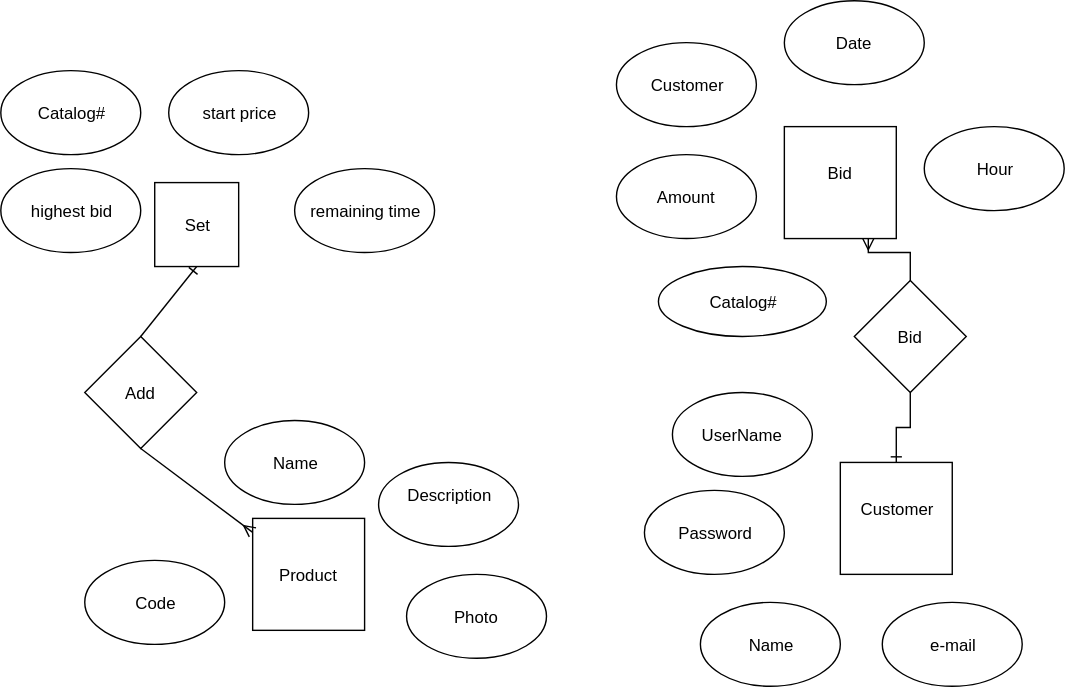
IvanZet/FSWD40-ActiveRecord-DAY01 keeps this draw.io diagram as exercise3/exercise3-step2.svg. Above is the earlier version. Source tidied: cells renumbered, new cells last; positions are measured from the earlier drawing's top-left corner, leaving out a move shared by most shapes. Source of this version:
```xml
<mxGraphModel background="#ffffff">
  <root>
    <mxCell id="0" />
    <mxCell id="1" parent="0" />
    <mxCell id="2" value="Set" style="whiteSpace=wrap;html=1;" parent="1" vertex="1">
      <mxGeometry x="110" y="130" width="60" height="60" as="geometry" />
    </mxCell>
    <mxCell id="3" value="Product" style="whiteSpace=wrap;html=1;" parent="1" vertex="1">
      <mxGeometry x="180" y="370" width="80" height="80" as="geometry" />
    </mxCell>
    <mxCell id="4" style="edgeStyle=orthogonalEdgeStyle;rounded=0;html=1;exitX=0.5;exitY=0;entryX=0.5;entryY=1;startArrow=ERone;startFill=0;endArrow=none;endFill=0;jettySize=auto;" parent="1" edge="1" source="5" target="27">
      <mxGeometry relative="1" as="geometry" />
    </mxCell>
    <mxCell id="5" value="Customer&lt;br&gt;&lt;br&gt;" style="whiteSpace=wrap;html=1;" parent="1" vertex="1">
      <mxGeometry x="600" y="330" width="80" height="80" as="geometry" />
    </mxCell>
    <mxCell id="6" value="Bid&lt;br&gt;&lt;br&gt;" style="whiteSpace=wrap;html=1;" parent="1" vertex="1">
      <mxGeometry x="560" y="90" width="80" height="80" as="geometry" />
    </mxCell>
    <mxCell id="7" value="Catalog#" style="ellipse;whiteSpace=wrap;html=1;" parent="1" vertex="1">
      <mxGeometry y="50" width="100" height="60" as="geometry" />
    </mxCell>
    <mxCell id="8" value="start price" style="ellipse;whiteSpace=wrap;html=1;" parent="1" vertex="1">
      <mxGeometry x="120" y="50" width="100" height="60" as="geometry" />
    </mxCell>
    <mxCell id="9" value="highest bid" style="ellipse;whiteSpace=wrap;html=1;" parent="1" vertex="1">
      <mxGeometry y="120" width="100" height="60" as="geometry" />
    </mxCell>
    <mxCell id="10" value="remaining time" style="ellipse;whiteSpace=wrap;html=1;" parent="1" vertex="1">
      <mxGeometry x="210" y="120" width="100" height="60" as="geometry" />
    </mxCell>
    <mxCell id="11" value="Code" style="ellipse;whiteSpace=wrap;html=1;" parent="1" vertex="1">
      <mxGeometry x="60" y="400" width="100" height="60" as="geometry" />
    </mxCell>
    <mxCell id="12" value="Name" style="ellipse;whiteSpace=wrap;html=1;" parent="1" vertex="1">
      <mxGeometry x="160" y="300" width="100" height="60" as="geometry" />
    </mxCell>
    <mxCell id="13" value="Description&lt;br&gt;&lt;br&gt;" style="ellipse;whiteSpace=wrap;html=1;" parent="1" vertex="1">
      <mxGeometry x="270" y="330" width="100" height="60" as="geometry" />
    </mxCell>
    <mxCell id="14" value="Photo" style="ellipse;whiteSpace=wrap;html=1;" parent="1" vertex="1">
      <mxGeometry x="290" y="410" width="100" height="60" as="geometry" />
    </mxCell>
    <mxCell id="15" value="UserName" style="ellipse;whiteSpace=wrap;html=1;" parent="1" vertex="1">
      <mxGeometry x="480" y="280" width="100" height="60" as="geometry" />
    </mxCell>
    <mxCell id="16" value="Password" style="ellipse;whiteSpace=wrap;html=1;" parent="1" vertex="1">
      <mxGeometry x="460" y="350" width="100" height="60" as="geometry" />
    </mxCell>
    <mxCell id="17" value="Name" style="ellipse;whiteSpace=wrap;html=1;" parent="1" vertex="1">
      <mxGeometry x="500" y="430" width="100" height="60" as="geometry" />
    </mxCell>
    <mxCell id="18" value="e-mail" style="ellipse;whiteSpace=wrap;html=1;" parent="1" vertex="1">
      <mxGeometry x="630" y="430" width="100" height="60" as="geometry" />
    </mxCell>
    <mxCell id="19" value="Customer" style="ellipse;whiteSpace=wrap;html=1;" parent="1" vertex="1">
      <mxGeometry x="440" y="30" width="100" height="60" as="geometry" />
    </mxCell>
    <mxCell id="20" value="Amount" style="ellipse;whiteSpace=wrap;html=1;" parent="1" vertex="1">
      <mxGeometry x="440" y="110" width="100" height="60" as="geometry" />
    </mxCell>
    <mxCell id="21" value="Date" style="ellipse;whiteSpace=wrap;html=1;" parent="1" vertex="1">
      <mxGeometry x="560" width="100" height="60" as="geometry" />
    </mxCell>
    <mxCell id="22" value="Hour" style="ellipse;whiteSpace=wrap;html=1;" parent="1" vertex="1">
      <mxGeometry x="660" y="90" width="100" height="60" as="geometry" />
    </mxCell>
    <mxCell id="23" style="endArrow=ERone;html=1;startArrow=none;startFill=0;endFill=0;" parent="1" edge="1">
      <mxGeometry relative="1" as="geometry">
        <mxPoint x="100" y="240" as="sourcePoint" />
        <mxPoint x="140" y="190" as="targetPoint" />
      </mxGeometry>
    </mxCell>
    <mxCell id="24" value="Add" style="rhombus;whiteSpace=wrap;html=1;" parent="1" vertex="1">
      <mxGeometry x="60" y="240" width="80" height="80" as="geometry" />
    </mxCell>
    <mxCell id="25" style="endArrow=none;html=1;entryX=0.5;entryY=1;startArrow=ERmany;startFill=0;" parent="1" edge="1" source="3" target="24">
      <mxGeometry relative="1" as="geometry" />
    </mxCell>
    <mxCell id="26" style="edgeStyle=orthogonalEdgeStyle;rounded=0;html=1;exitX=0.5;exitY=0;entryX=0.75;entryY=1;startArrow=none;startFill=0;endArrow=ERmany;endFill=0;jettySize=auto;" parent="1" edge="1" source="27" target="6">
      <mxGeometry relative="1" as="geometry" />
    </mxCell>
    <mxCell id="27" value="Bid" style="rhombus;whiteSpace=wrap;html=1;" parent="1" vertex="1">
      <mxGeometry x="610" y="200" width="80" height="80" as="geometry" />
    </mxCell>
    <mxCell id="28" value="Catalog#" style="ellipse;whiteSpace=wrap;html=1;" parent="1" vertex="1">
      <mxGeometry x="470" y="190" width="120" height="50" as="geometry" />
    </mxCell>
  </root>
</mxGraphModel>
```
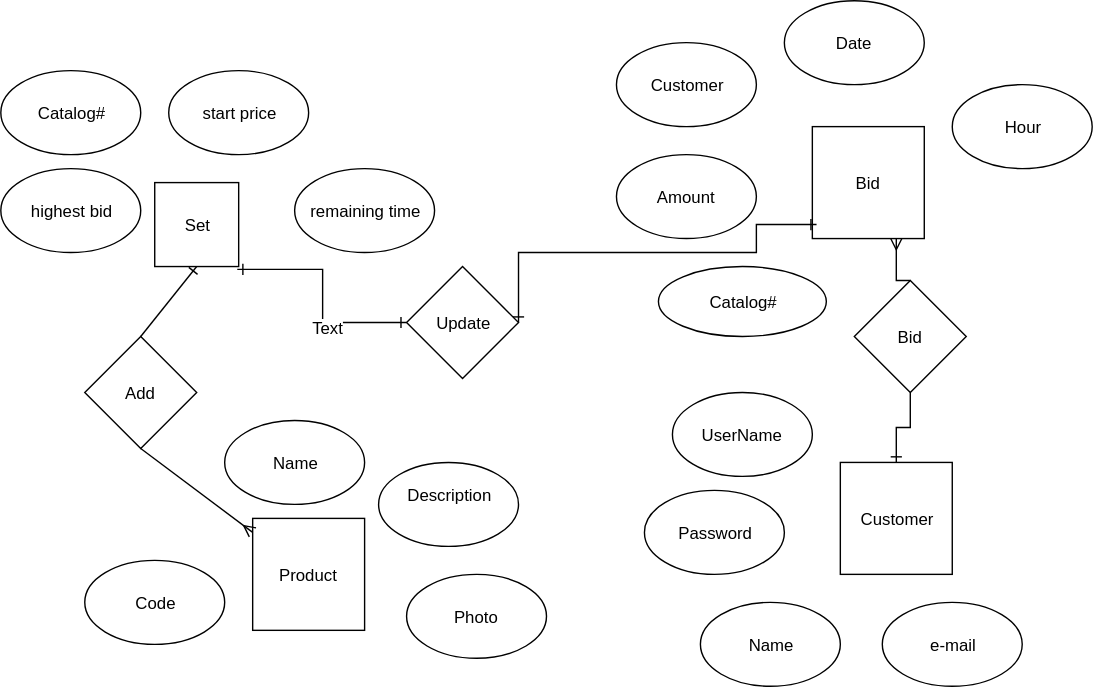
Above is the later version.

Change to the diagram source:
```diff
@@ -11,11 +11,11 @@
     <mxCell id="4" style="edgeStyle=orthogonalEdgeStyle;rounded=0;html=1;exitX=0.5;exitY=0;entryX=0.5;entryY=1;startArrow=ERone;startFill=0;endArrow=none;endFill=0;jettySize=auto;" parent="1" edge="1" source="5" target="27">
       <mxGeometry relative="1" as="geometry" />
     </mxCell>
-    <mxCell id="5" value="Customer&lt;br&gt;&lt;br&gt;" style="whiteSpace=wrap;html=1;" parent="1" vertex="1">
+    <mxCell id="5" value="Customer" style="whiteSpace=wrap;html=1;" parent="1" vertex="1">
       <mxGeometry x="600" y="330" width="80" height="80" as="geometry" />
     </mxCell>
-    <mxCell id="6" value="Bid&lt;br&gt;&lt;br&gt;" style="whiteSpace=wrap;html=1;" parent="1" vertex="1">
-      <mxGeometry x="560" y="90" width="80" height="80" as="geometry" />
+    <mxCell id="6" value="Bid&lt;br&gt;" style="whiteSpace=wrap;html=1;" parent="1" vertex="1">
+      <mxGeometry x="580" y="90" width="80" height="80" as="geometry" />
     </mxCell>
     <mxCell id="7" value="Catalog#" style="ellipse;whiteSpace=wrap;html=1;" parent="1" vertex="1">
       <mxGeometry y="50" width="100" height="60" as="geometry" />
@@ -63,7 +63,7 @@
       <mxGeometry x="560" width="100" height="60" as="geometry" />
     </mxCell>
     <mxCell id="22" value="Hour" style="ellipse;whiteSpace=wrap;html=1;" parent="1" vertex="1">
-      <mxGeometry x="660" y="90" width="100" height="60" as="geometry" />
+      <mxGeometry x="680" y="60" width="100" height="60" as="geometry" />
     </mxCell>
     <mxCell id="23" style="endArrow=ERone;html=1;startArrow=none;startFill=0;endFill=0;" parent="1" edge="1">
       <mxGeometry relative="1" as="geometry">
@@ -86,5 +86,23 @@
     <mxCell id="28" value="Catalog#" style="ellipse;whiteSpace=wrap;html=1;" parent="1" vertex="1">
       <mxGeometry x="470" y="190" width="120" height="50" as="geometry" />
     </mxCell>
+    <mxCell id="29" style="edgeStyle=orthogonalEdgeStyle;rounded=0;html=1;exitX=1;exitY=0.5;entryX=0.038;entryY=0.875;entryPerimeter=0;startArrow=ERone;startFill=0;endArrow=ERone;endFill=0;jettySize=auto;" parent="1" edge="1" source="32" target="6">
+      <mxGeometry relative="1" as="geometry">
+        <Array as="points">
+          <mxPoint x="370" y="180" />
+          <mxPoint x="540" y="180" />
+          <mxPoint x="540" y="160" />
+        </Array>
+      </mxGeometry>
+    </mxCell>
+    <mxCell id="30" style="edgeStyle=orthogonalEdgeStyle;rounded=0;html=1;exitX=0;exitY=0.5;entryX=0.983;entryY=1.033;entryPerimeter=0;startArrow=ERone;startFill=0;endArrow=ERone;endFill=0;jettySize=auto;" parent="1" edge="1" source="32" target="2">
+      <mxGeometry relative="1" as="geometry" />
+    </mxCell>
+    <mxCell id="31" value="Text" style="text;html=1;align=center;verticalAlign=middle;labelBackgroundColor=#ffffff;" parent="30" vertex="1">
+      <mxGeometry x="-0.28" y="3" relative="1" as="geometry" />
+    </mxCell>
+    <mxCell id="32" value="Update" style="rhombus;whiteSpace=wrap;html=1;" parent="1" vertex="1">
+      <mxGeometry x="290" y="190" width="80" height="80" as="geometry" />
+    </mxCell>
   </root>
 </mxGraphModel>
```
